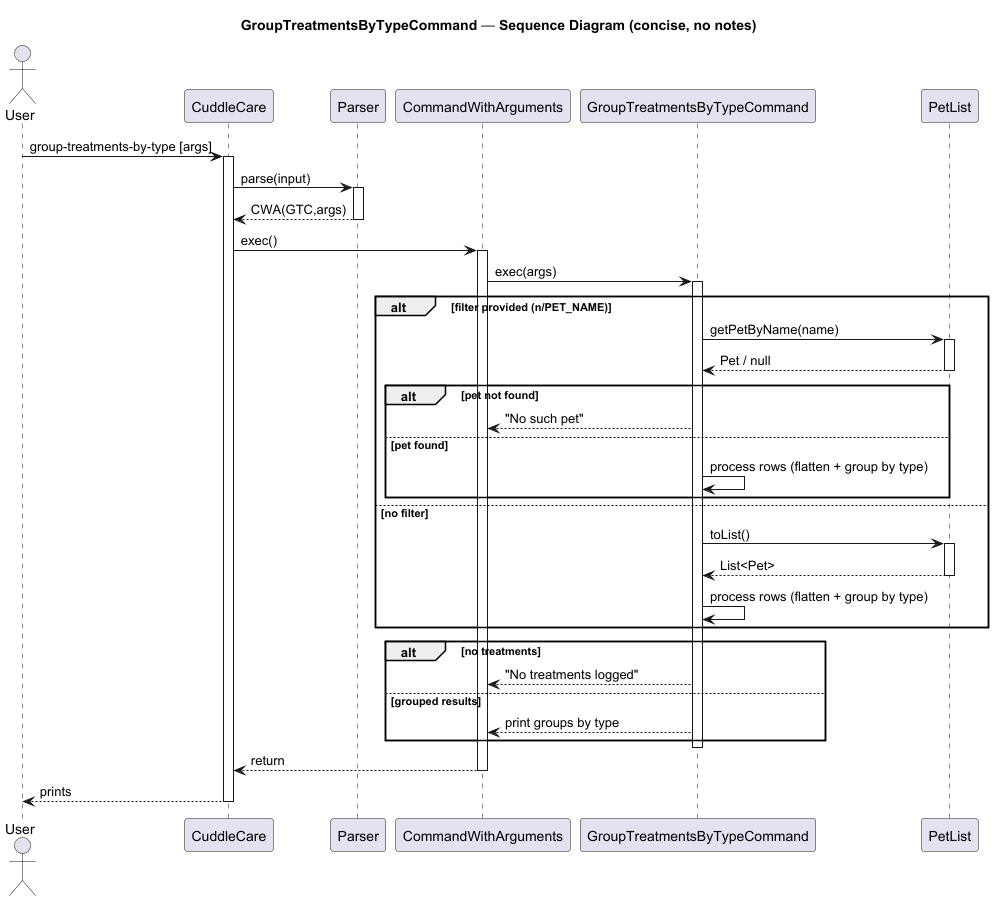
Earlier version of the PlantUML export docs/diagrams/GroupTreatmentsByTypeCommand_Sequence_Diagram.png (Kevin88866/tp).
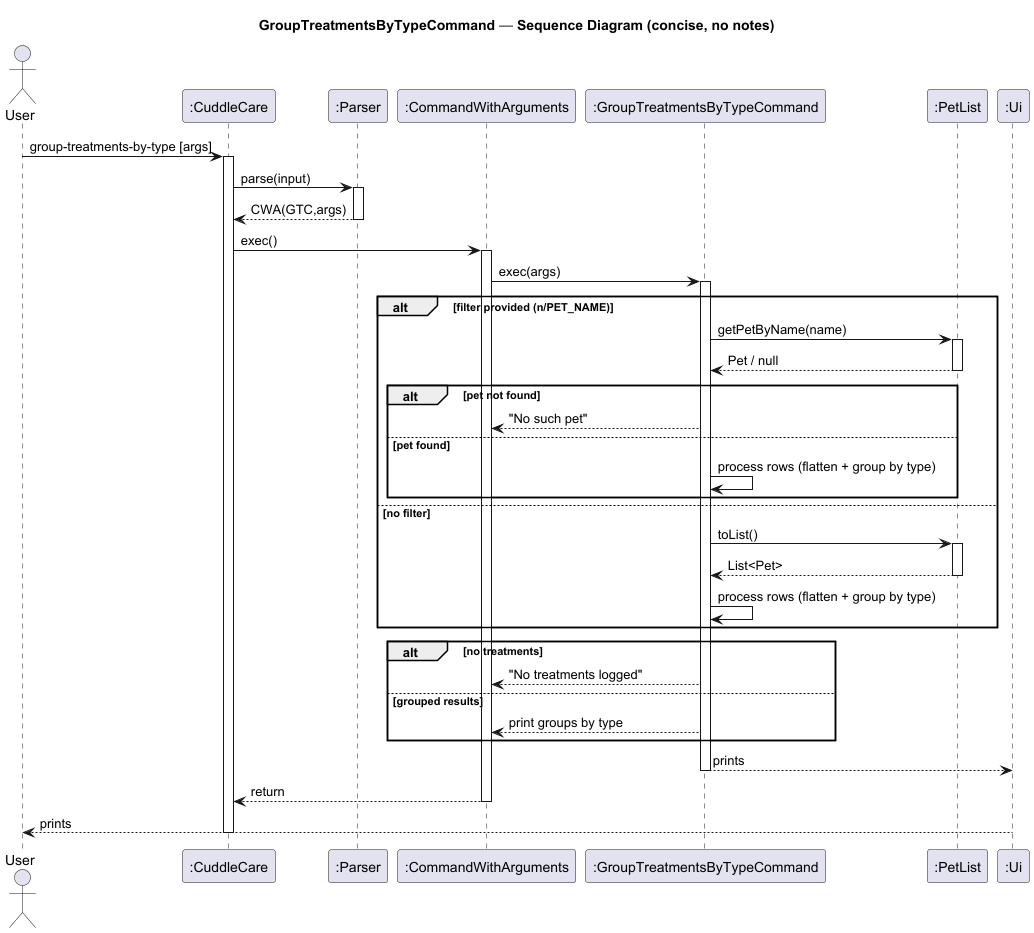
The same diagram one commit later.

The edit, as a diff of the source:
```diff
@@ -1,11 +1,12 @@
 @startuml
 title GroupTreatmentsByTypeCommand — Sequence Diagram (concise, no notes)
 actor User
-participant CuddleCare
-participant Parser
-participant CommandWithArguments as CWA
-participant GroupTreatmentsByTypeCommand as GTC
-participant PetList
+participant ":CuddleCare" as CuddleCare
+participant ":Parser" as Parser
+participant ":CommandWithArguments" as CWA
+participant ":GroupTreatmentsByTypeCommand" as GTC
+participant ":PetList" as PetList
+participant ":Ui" as Ui
 
 User -> CuddleCare : group-treatments-by-type [args]
 activate CuddleCare
@@ -43,9 +44,10 @@
   GTC --> CWA : print groups by type
 end
 
+  GTC --> Ui : prints
 deactivate GTC
 CWA --> CuddleCare : return
 deactivate CWA
-CuddleCare --> User : prints
+Ui --> User : prints
 deactivate CuddleCare
 @enduml
```
